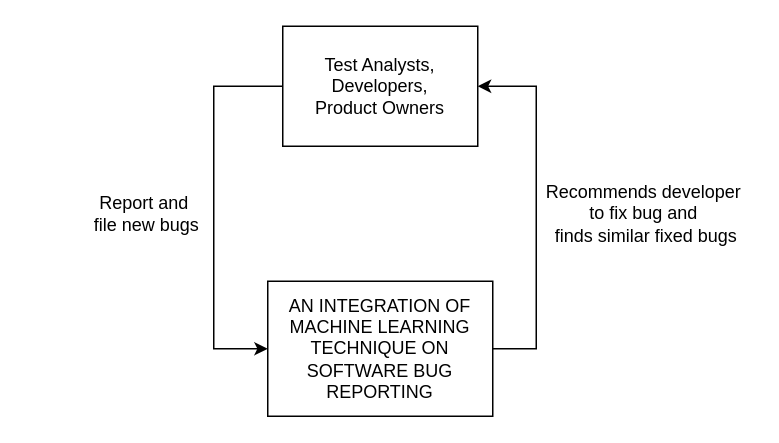
jengfad/capstone keeps this draw.io diagram as joane/BTS/diagrams/context diagram.drawio. Above is the earlier version. Source tidied: cells renumbered, new cells numbered last; positions are measured from the earlier drawing's top-left corner, leaving out a move shared by most shapes. Both pictures are drawn from the tidied source at 150%, with x=0, y=0 at pixel (26, 26).
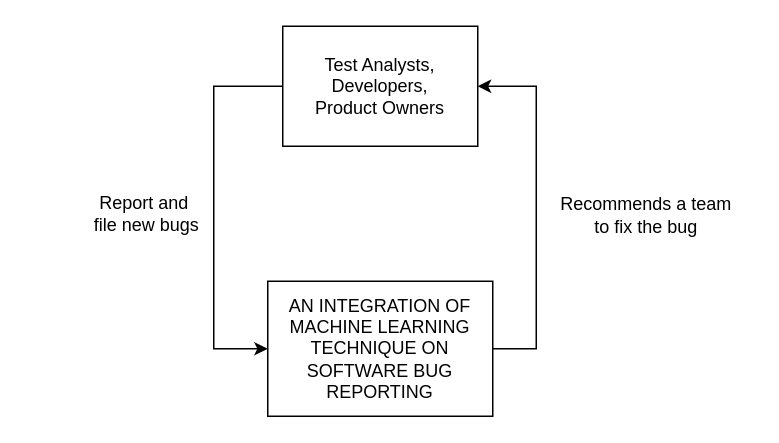
After the change.

What changed in the source:
```diff
@@
 <mxGraphModel>
   <root>
     <mxCell id="0" />
     <mxCell id="1" parent="0" />
     <mxCell id="2" style="edgeStyle=orthogonalEdgeStyle;rounded=0;jettySize=auto;html=1;entryX=0;entryY=0.5;entryDx=0;entryDy=0;exitX=0;exitY=0.5;exitDx=0;exitDy=0;" parent="1" edge="1" source="3" target="4">
       <mxGeometry relative="1" as="geometry">
         <Array as="points">
           <mxPoint x="125" y="40" />
           <mxPoint x="125" y="215" />
         </Array>
       </mxGeometry>
     </mxCell>
     <mxCell id="3" value="Test Analysts,&lt;br&gt;Developers,&lt;br&gt;Product Owners" style="whiteSpace=wrap;html=1;align=center;" parent="1" vertex="1">
       <mxGeometry x="171" width="130" height="80" as="geometry" />
     </mxCell>
     <mxCell id="4" value="AN INTEGRATION OF MACHINE LEARNING TECHNIQUE ON SOFTWARE BUG REPORTING" style="whiteSpace=wrap;html=1;align=center;" parent="1" vertex="1">
       <mxGeometry x="161" y="170" width="150" height="90" as="geometry" />
     </mxCell>
     <mxCell id="5" style="edgeStyle=orthogonalEdgeStyle;rounded=0;jettySize=auto;html=1;entryX=1;entryY=0.5;entryDx=0;entryDy=0;exitX=1;exitY=0.5;exitDx=0;exitDy=0;endArrow=none;endFill=0;startArrow=classic;startFill=1;" parent="1" edge="1" source="3" target="4">
       <mxGeometry relative="1" as="geometry">
         <Array as="points">
           <mxPoint x="340" y="40" />
           <mxPoint x="340" y="215" />
         </Array>
       </mxGeometry>
     </mxCell>
     <mxCell id="6" value="&lt;blockquote style=&quot;margin: 0 0 0 40px ; border: none ; padding: 0px&quot;&gt;Report and&amp;nbsp;&lt;/blockquote&gt;&lt;blockquote style=&quot;margin: 0 0 0 40px ; border: none ; padding: 0px&quot;&gt;file new bugs&lt;/blockquote&gt;" style="text;html=1;align=center;verticalAlign=middle;strokeColor=none;" parent="1" vertex="1">
       <mxGeometry y="109.5" width="120" height="31" as="geometry" />
     </mxCell>
-    <mxCell id="7" value="&lt;blockquote style=&quot;margin: 0 0 0 40px ; border: none ; padding: 0px&quot;&gt;Recommends developer&amp;nbsp;&lt;/blockquote&gt;&lt;blockquote style=&quot;margin: 0 0 0 40px ; border: none ; padding: 0px&quot;&gt;to fix bug&amp;nbsp;&lt;span&gt;and&amp;nbsp;&lt;/span&gt;&lt;/blockquote&gt;&lt;blockquote style=&quot;margin: 0 0 0 40px ; border: none ; padding: 0px&quot;&gt;&lt;span&gt;finds similar fixed bugs&lt;/span&gt;&lt;/blockquote&gt;" style="text;html=1;align=center;verticalAlign=middle;strokeColor=none;" parent="1" vertex="1">
-      <mxGeometry x="301" y="102.5" width="184" height="45" as="geometry" />
+    <mxCell id="7" value="&lt;blockquote style=&quot;margin: 0 0 0 40px ; border: none ; padding: 0px&quot;&gt;Recommends a team&lt;/blockquote&gt;&lt;blockquote style=&quot;margin: 0 0 0 40px ; border: none ; padding: 0px&quot;&gt;to fix the bug&lt;br&gt;&lt;/blockquote&gt;" style="text;html=1;align=center;verticalAlign=middle;strokeColor=none;" parent="1" vertex="1">
+      <mxGeometry x="311" y="109.5" width="164" height="32" as="geometry" />
     </mxCell>
   </root>
 </mxGraphModel>
```
